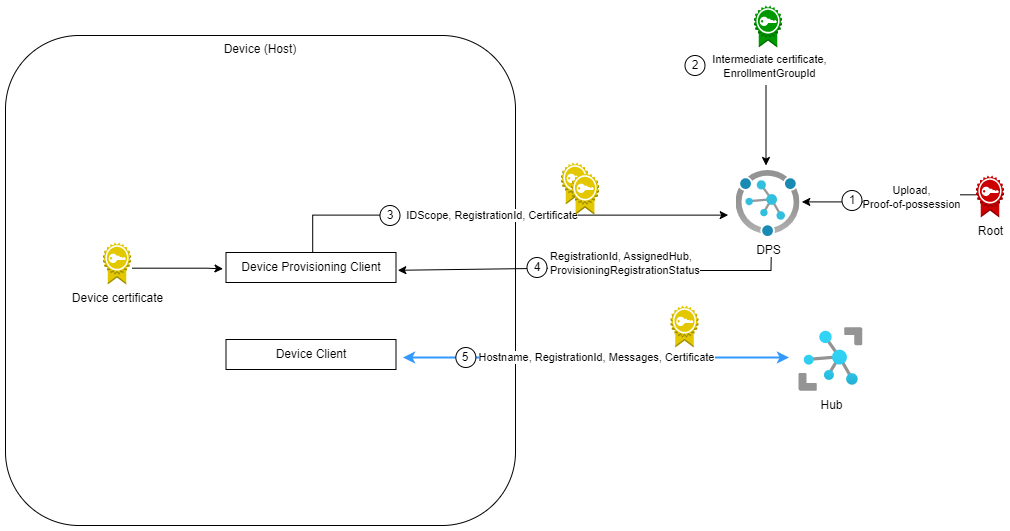
Earlier version of the draw.io export provisioning/device/samples/solutions/BestPracticeSampleX509/media/auth_flow_diagram.png (Azure/azure-iot-sdk-csharp). Source tidied: cells renumbered, new cells last; positions are measured from the earlier drawing's top-left corner, leaving out a move shared by most shapes.
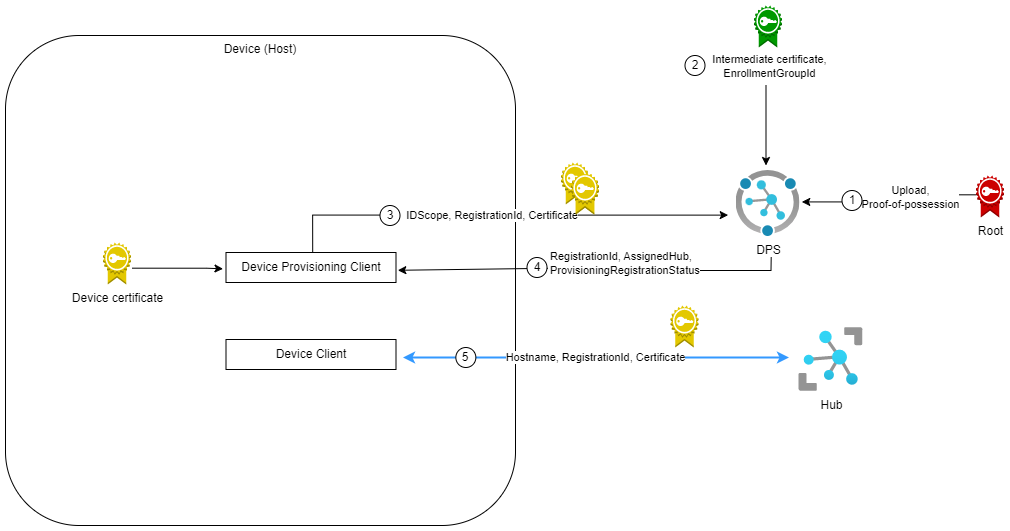
The same diagram one commit later.

What changed in the source:
```diff
@@ -63,7 +63,7 @@
     <mxCell id="15" value="1" style="ellipse;whiteSpace=wrap;html=1;" parent="1" vertex="1">
       <mxGeometry x="836.5" y="185" width="20" height="20" as="geometry" />
     </mxCell>
-    <mxCell id="16" value="Hostname, RegistrationId, Messages, Certificate" style="edgeStyle=orthogonalEdgeStyle;rounded=0;orthogonalLoop=1;jettySize=auto;html=1;exitX=0.45;exitY=1;exitDx=0;exitDy=0;exitPerimeter=0;startArrow=classic;startFill=1;endArrow=classic;endFill=1;strokeWidth=2;strokeColor=#3399FF;" parent="1" edge="1">
+    <mxCell id="16" value="Hostname, RegistrationId, Certificate" style="edgeStyle=orthogonalEdgeStyle;rounded=0;orthogonalLoop=1;jettySize=auto;html=1;exitX=0.45;exitY=1;exitDx=0;exitDy=0;exitPerimeter=0;startArrow=classic;startFill=1;endArrow=classic;endFill=1;strokeWidth=2;strokeColor=#3399FF;" parent="1" edge="1">
       <mxGeometry relative="1" as="geometry">
         <mxPoint x="397.5" y="352" as="sourcePoint" />
         <mxPoint x="783.5" y="352" as="targetPoint" />
```
